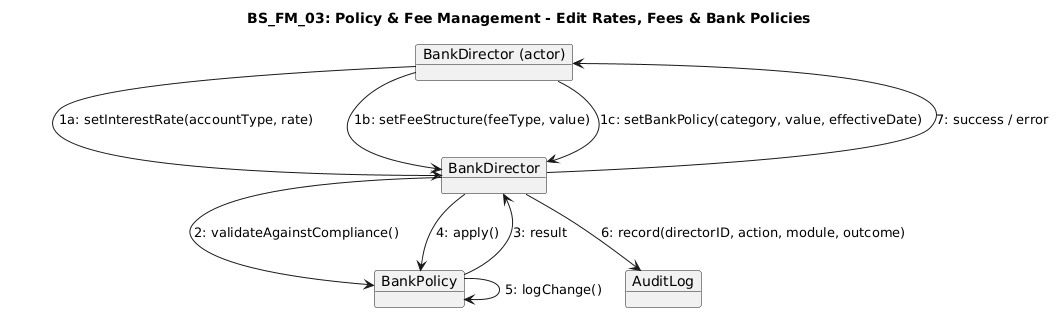
The PlantUML diagram Diagrams/Collaboration Diagrams/BS_FM_03.png in erindkotobelli12/BankManagementSystem, before a commit.
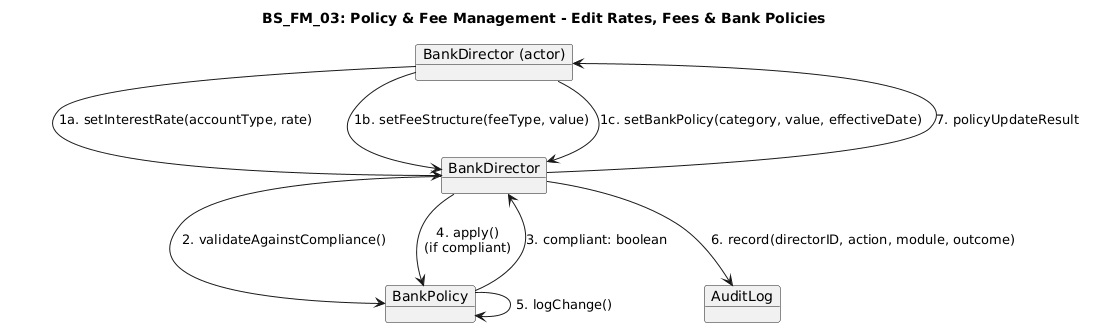
After the change.

Diff of the diagram source:
```diff
@@ -1,21 +1,21 @@
 @startuml
 title BS_FM_03: Policy & Fee Management - Edit Rates, Fees & Bank Policies
 
-object "BankDirector (actor)" as BD
-object "BankDirector" as DC
-object "BankPolicy" as P
+object "BankDirector (actor)" as Actor
+object "BankDirector" as BD
+object "BankPolicy" as BP
 object "AuditLog" as AL
 
-BD --> DC : 1a: setInterestRate(accountType, rate)
-BD --> DC : 1b: setFeeStructure(feeType, value)
-BD --> DC : 1c: setBankPolicy(category, value, effectiveDate)
+Actor --> BD : 1a. setInterestRate(accountType, rate)
+Actor --> BD : 1b. setFeeStructure(feeType, value)
+Actor --> BD : 1c. setBankPolicy(category, value, effectiveDate)
 
-DC --> P : 2: validateAgainstCompliance()
-P --> DC : 3: result
+BD --> BP : 2. validateAgainstCompliance()
+BP --> BD : 3. compliant: boolean
 
-DC --> P : 4: apply()
-P --> P : 5: logChange()
+BD --> BP : 4. apply()\n(if compliant)
+BP --> BP : 5. logChange()
+BD --> AL : 6. record(directorID, action, module, outcome)
 
-DC --> AL : 6: record(directorID, action, module, outcome)
-DC --> BD : 7: success / error
+BD --> Actor : 7. policyUpdateResult
 @enduml
```
